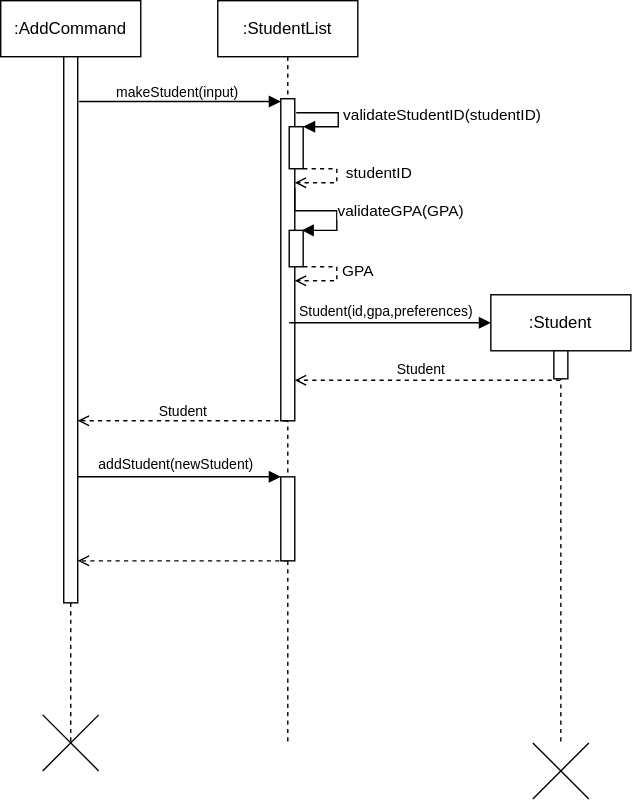
paulktham/tp keeps this draw.io diagram as docs/UML_Diagrams/AddCommand.drawio.svg. Above is the earlier version. Source tidied: cells renumbered, new cells last; positions are measured from the earlier drawing's top-left corner, leaving out a move shared by most shapes.
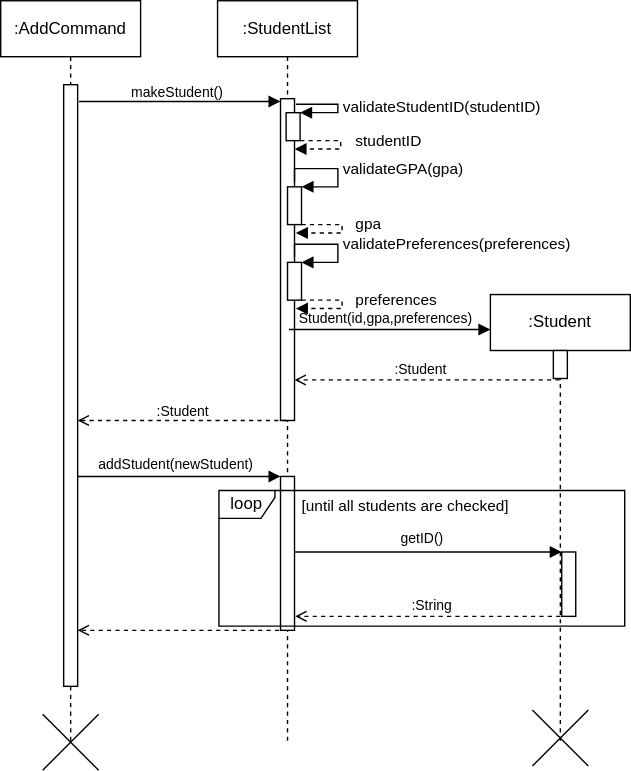
After the change.

The edit, as a diff of the source:
```diff
@@ -6,7 +6,7 @@
       <mxGeometry width="100" height="530" as="geometry" />
     </mxCell>
     <mxCell id="3" style="html=1;points=[[0,0,0,0,5],[0,1,0,0,-5],[1,0,0,0,5],[1,1,0,0,-5]];perimeter=orthogonalPerimeter;outlineConnect=0;targetShapes=umlLifeline;portConstraint=eastwest;newEdgeStyle={&quot;curved&quot;:0,&quot;rounded&quot;:0};" parent="2" vertex="1">
-      <mxGeometry x="45" y="40" width="10" height="390" as="geometry" />
+      <mxGeometry x="45" y="60" width="10" height="430" as="geometry" />
     </mxCell>
     <mxCell id="4" value=":Student" style="shape=umlLifeline;perimeter=lifelinePerimeter;whiteSpace=wrap;html=1;newEdgeStyle={&quot;edgeStyle&quot;:&quot;elbowEdgeStyle&quot;,&quot;elbow&quot;:&quot;vertical&quot;,&quot;curved&quot;:0,&quot;rounded&quot;:0};" parent="1" vertex="1">
       <mxGeometry x="350" y="210" width="100" height="320" as="geometry" />
@@ -15,7 +15,7 @@
       <mxGeometry x="45" y="40" width="10" height="20" as="geometry" />
     </mxCell>
     <mxCell id="6" style="shape=umlDestroy;dashed=0;targetShapes=umlLifeline;" parent="4" vertex="1">
-      <mxGeometry x="30" y="320" width="40" height="40" as="geometry" />
+      <mxGeometry x="30" y="297" width="40" height="40" as="geometry" />
     </mxCell>
     <mxCell id="7" value=":StudentList" style="shape=umlLifeline;perimeter=lifelinePerimeter;whiteSpace=wrap;html=1;newEdgeStyle={&quot;edgeStyle&quot;:&quot;elbowEdgeStyle&quot;,&quot;elbow&quot;:&quot;vertical&quot;,&quot;curved&quot;:0,&quot;rounded&quot;:0};" parent="1" vertex="1">
       <mxGeometry x="155" width="100" height="530" as="geometry" />
@@ -24,34 +24,55 @@
       <mxGeometry x="45" y="70" width="10" height="230" as="geometry" />
     </mxCell>
     <mxCell id="9" style="html=1;points=[[0,0,0,0,5],[0,1,0,0,-5],[1,0,0,0,5],[1,1,0,0,-5]];perimeter=orthogonalPerimeter;outlineConnect=0;targetShapes=umlLifeline;portConstraint=eastwest;newEdgeStyle={&quot;curved&quot;:0,&quot;rounded&quot;:0};" parent="7" vertex="1">
-      <mxGeometry x="51" y="90" width="10" height="30" as="geometry" />
+      <mxGeometry x="49" y="80" width="10" height="20" as="geometry" />
     </mxCell>
     <mxCell id="10" value="validateStudentID(studentID)" style="html=1;align=left;spacingLeft=2;endArrow=block;rounded=0;edgeStyle=orthogonalEdgeStyle;curved=0;rounded=0;" parent="7" edge="1" target="9">
       <mxGeometry relative="1" as="geometry">
-        <mxPoint x="56" y="80" as="sourcePoint" />
+        <mxPoint x="56" y="74" as="sourcePoint" />
         <Array as="points">
+          <mxPoint x="86" y="74" />
           <mxPoint x="86" y="80" />
-          <mxPoint x="86" y="90" />
         </Array>
       </mxGeometry>
     </mxCell>
-    <mxCell id="11" style="endArrow=open;html=1;rounded=0;endFill=0;dashed=1;" parent="7" edge="1">
-      <mxGeometry relative="1" as="geometry">
-        <mxPoint x="61" y="120" as="sourcePoint" />
-        <mxPoint x="55" y="130" as="targetPoint" />
-        <Array as="points">
-          <mxPoint x="75" y="120" />
-          <mxPoint x="85" y="120" />
-          <mxPoint x="85" y="130" />
-          <mxPoint x="75" y="130" />
-        </Array>
-      </mxGeometry>
-    </mxCell>
-    <mxCell id="12" value="studentID" style="edgeLabel;html=1;align=center;verticalAlign=middle;" parent="11" vertex="1">
-      <mxGeometry x="-0.07" y="-3" relative="1" as="geometry">
-        <mxPoint x="33" y="-3" as="offset" />
-      </mxGeometry>
-    </mxCell>
+    <mxCell id="24" style="html=1;perimeter=orthogonalPerimeter;targetShapes=umlLifeline;newEdgeStyle={&quot;curved&quot;:0,&quot;rounded&quot;:0};" parent="7" vertex="1">
+      <mxGeometry x="50" y="133" width="10" height="27" as="geometry" />
+    </mxCell>
+    <mxCell id="25" value="validateGPA(gpa)" style="html=1;align=left;spacingLeft=2;endArrow=block;rounded=0;edgeStyle=orthogonalEdgeStyle;curved=0;rounded=0;" parent="7" edge="1">
+      <mxGeometry relative="1" as="geometry">
+        <mxPoint x="55" y="129" as="sourcePoint" />
+        <mxPoint x="60" y="133" as="targetPoint" />
+        <Array as="points">
+          <mxPoint x="55" y="120" />
+          <mxPoint x="86" y="120" />
+          <mxPoint x="86" y="133" />
+        </Array>
+      </mxGeometry>
+    </mxCell>
+    <mxCell id="30" style="html=1;perimeter=orthogonalPerimeter;targetShapes=umlLifeline;newEdgeStyle={&quot;curved&quot;:0,&quot;rounded&quot;:0};" parent="7" vertex="1">
+      <mxGeometry x="50" y="187" width="10" height="27" as="geometry" />
+    </mxCell>
+    <mxCell id="31" value="validatePreferences(preferences)" style="html=1;align=left;spacingLeft=2;endArrow=block;rounded=0;edgeStyle=orthogonalEdgeStyle;curved=0;rounded=0;" parent="7" edge="1">
+      <mxGeometry relative="1" as="geometry">
+        <mxPoint x="55" y="183" as="sourcePoint" />
+        <mxPoint x="60" y="187" as="targetPoint" />
+        <Array as="points">
+          <mxPoint x="55" y="174" />
+          <mxPoint x="86" y="174" />
+          <mxPoint x="86" y="187" />
+        </Array>
+      </mxGeometry>
+    </mxCell>
+    <mxCell id="32" value="preferences" style="html=1;align=left;spacingLeft=2;endArrow=block;rounded=0;edgeStyle=orthogonalEdgeStyle;curved=0;rounded=0;dashed=1;" parent="7" edge="1">
+      <mxGeometry x="-0.15" y="6" relative="1" as="geometry">
+        <mxPoint x="60" y="214" as="sourcePoint" />
+        <mxPoint x="56" y="220" as="targetPoint" />
+        <Array as="points">
+          <mxPoint x="89" y="214" />
+          <mxPoint x="89" y="220" />
+        </Array>
+      </mxGeometry>
+    </mxCell>
     <mxCell id="13" style="html=1;verticalAlign=bottom;labelBackgroundColor=none;endArrow=block;endFill=1;rounded=0;" parent="1" edge="1">
       <mxGeometry relative="1" as="geometry">
         <mxPoint x="56" y="72" as="sourcePoint" />
@@ -61,11 +82,11 @@
         </Array>
       </mxGeometry>
     </mxCell>
-    <mxCell id="14" value="&lt;font style=&quot;font-size: 10px;&quot;&gt;makeStudent(input)&lt;/font&gt;" style="text;html=1;align=center;verticalAlign=middle;strokeColor=none;fillColor=none;" parent="1" vertex="1">
-      <mxGeometry x="71" y="50" width="110" height="30" as="geometry" />
+    <mxCell id="14" value="&lt;font style=&quot;font-size: 10px;&quot;&gt;makeStudent()&lt;/font&gt;" style="text;html=1;align=center;verticalAlign=middle;strokeColor=none;fillColor=none;" parent="1" vertex="1">
+      <mxGeometry x="81" y="50" width="90" height="30" as="geometry" />
     </mxCell>
     <mxCell id="15" value="&lt;font style=&quot;font-size: 10px;&quot;&gt;Student(id,gpa,preferences)&lt;/font&gt;" style="text;html=1;align=center;verticalAlign=middle;strokeColor=none;fillColor=none;" parent="1" vertex="1">
-      <mxGeometry x="200" y="207" width="150" height="30" as="geometry" />
+      <mxGeometry x="200" y="212" width="150" height="30" as="geometry" />
     </mxCell>
     <mxCell id="16" style="html=1;verticalAlign=bottom;labelBackgroundColor=none;endArrow=open;endFill=0;dashed=1;rounded=0;" parent="1" edge="1">
       <mxGeometry relative="1" as="geometry">
@@ -76,7 +97,7 @@
         </Array>
       </mxGeometry>
     </mxCell>
-    <mxCell id="17" value="&lt;font style=&quot;font-size: 10px;&quot;&gt;Student&lt;/font&gt;" style="text;html=1;align=center;verticalAlign=middle;strokeColor=none;fillColor=none;" parent="1" vertex="1">
+    <mxCell id="17" value="&lt;font style=&quot;font-size: 10px;&quot;&gt;:Student&lt;/font&gt;" style="text;html=1;align=center;verticalAlign=middle;strokeColor=none;fillColor=none;" parent="1" vertex="1">
       <mxGeometry x="270" y="248" width="60" height="30" as="geometry" />
     </mxCell>
     <mxCell id="18" style="html=1;verticalAlign=bottom;labelBackgroundColor=none;endArrow=open;endFill=0;dashed=1;rounded=0;" parent="1" edge="1">
@@ -88,7 +109,7 @@
         </Array>
       </mxGeometry>
     </mxCell>
-    <mxCell id="19" value="&lt;font style=&quot;font-size: 10px;&quot;&gt;Student&lt;/font&gt;" style="text;html=1;align=center;verticalAlign=middle;strokeColor=none;fillColor=none;" parent="1" vertex="1">
+    <mxCell id="19" value="&lt;font style=&quot;font-size: 10px;&quot;&gt;:Student&lt;/font&gt;" style="text;html=1;align=center;verticalAlign=middle;strokeColor=none;fillColor=none;" parent="1" vertex="1">
       <mxGeometry x="100" y="278" width="60" height="30" as="geometry" />
     </mxCell>
     <mxCell id="20" style="shape=umlDestroy;dashed=0;targetShapes=umlLifeline;" parent="1" vertex="1">
@@ -99,57 +120,78 @@
     </mxCell>
     <mxCell id="22" style="html=1;verticalAlign=bottom;labelBackgroundColor=none;endArrow=open;endFill=0;dashed=1;rounded=0;" parent="1" edge="1">
       <mxGeometry relative="1" as="geometry">
-        <mxPoint x="205" y="400" as="sourcePoint" />
-        <mxPoint x="55" y="400" as="targetPoint" />
+        <mxPoint x="205" y="450" as="sourcePoint" />
+        <mxPoint x="55" y="450" as="targetPoint" />
         <Array as="points">
-          <mxPoint x="70" y="400" />
+          <mxPoint x="70" y="450" />
         </Array>
       </mxGeometry>
     </mxCell>
     <mxCell id="23" style="html=1;verticalAlign=bottom;labelBackgroundColor=none;endArrow=block;endFill=1;rounded=0;" parent="1" edge="1">
       <mxGeometry relative="1" as="geometry">
-        <mxPoint x="206" y="230" as="sourcePoint" />
-        <mxPoint x="350" y="230" as="targetPoint" />
+        <mxPoint x="206" y="235" as="sourcePoint" />
+        <mxPoint x="350" y="235" as="targetPoint" />
         <Array as="points">
-          <mxPoint x="260" y="230" />
+          <mxPoint x="260" y="235" />
         </Array>
       </mxGeometry>
     </mxCell>
-    <mxCell id="24" style="html=1;perimeter=orthogonalPerimeter;targetShapes=umlLifeline;newEdgeStyle={&quot;curved&quot;:0,&quot;rounded&quot;:0};" parent="1" vertex="1">
-      <mxGeometry x="206" y="164" width="10" height="26" as="geometry" />
-    </mxCell>
-    <mxCell id="25" value="validateGPA(GPA)" style="html=1;align=left;spacingLeft=2;endArrow=block;rounded=0;edgeStyle=orthogonalEdgeStyle;curved=0;rounded=0;" parent="1" edge="1">
-      <mxGeometry relative="1" as="geometry">
-        <mxPoint x="210" y="134" as="sourcePoint" />
-        <mxPoint x="215" y="164" as="targetPoint" />
-        <Array as="points">
-          <mxPoint x="210" y="150" />
-          <mxPoint x="240" y="150" />
-          <mxPoint x="240" y="164" />
-        </Array>
-      </mxGeometry>
-    </mxCell>
     <mxCell id="26" style="html=1;verticalAlign=bottom;labelBackgroundColor=none;endArrow=block;endFill=1;rounded=0;" parent="1" edge="1" source="3" target="27">
       <mxGeometry relative="1" as="geometry" />
     </mxCell>
     <mxCell id="27" style="html=1;points=[[0,0,0,0,5],[0,1,0,0,-5],[1,0,0,0,5],[1,1,0,0,-5]];perimeter=orthogonalPerimeter;outlineConnect=0;targetShapes=umlLifeline;portConstraint=eastwest;newEdgeStyle={&quot;curved&quot;:0,&quot;rounded&quot;:0};" parent="1" vertex="1">
-      <mxGeometry x="200" y="340" width="10" height="60" as="geometry" />
+      <mxGeometry x="200" y="340" width="10" height="110" as="geometry" />
     </mxCell>
-    <mxCell id="28" style="endArrow=open;html=1;rounded=0;endFill=0;dashed=1;" parent="1" edge="1">
-      <mxGeometry relative="1" as="geometry">
-        <mxPoint x="216" y="190" as="sourcePoint" />
-        <mxPoint x="210" y="200" as="targetPoint" />
-        <Array as="points">
-          <mxPoint x="230" y="190" />
-          <mxPoint x="240" y="190" />
-          <mxPoint x="240" y="200" />
-        </Array>
-      </mxGeometry>
-    </mxCell>
-    <mxCell id="29" value="GPA" style="edgeLabel;html=1;align=center;verticalAlign=middle;" parent="28" vertex="1">
-      <mxGeometry x="-0.07" y="-3" relative="1" as="geometry">
-        <mxPoint x="18" y="-3" as="offset" />
-      </mxGeometry>
-    </mxCell>
+    <mxCell id="33" value="loop" style="shape=umlFrame;whiteSpace=wrap;html=1;width=40;height=20;" parent="1" vertex="1">
+      <mxGeometry x="156" y="350" width="290" height="97" as="geometry" />
+    </mxCell>
+    <mxCell id="34" value="&lt;font style=&quot;font-size: 11px;&quot;&gt;[until all students are checked]&lt;/font&gt;" style="text;html=1;align=center;verticalAlign=middle;strokeColor=none;fillColor=none;" parent="33" vertex="1">
+      <mxGeometry x="48" y="-4" width="170" height="30" as="geometry" />
+    </mxCell>
+    <mxCell id="35" style="html=1;points=[[0,0,0,0,5],[0,1,0,0,-5],[1,0,0,0,5],[1,1,0,0,-5]];perimeter=orthogonalPerimeter;outlineConnect=0;targetShapes=umlLifeline;portConstraint=eastwest;newEdgeStyle={&quot;curved&quot;:0,&quot;rounded&quot;:0};" parent="33" vertex="1">
+      <mxGeometry x="245" y="44" width="10" height="46" as="geometry" />
+    </mxCell>
+    <mxCell id="36" style="html=1;verticalAlign=bottom;labelBackgroundColor=none;endArrow=block;endFill=1;rounded=0;" parent="33" edge="1" target="35">
+      <mxGeometry relative="1" as="geometry">
+        <mxPoint x="54" y="44" as="sourcePoint" />
+        <Array as="points">
+          <mxPoint x="115" y="44" />
+        </Array>
+      </mxGeometry>
+    </mxCell>
+    <mxCell id="37" value="&lt;font style=&quot;font-size: 10px;&quot;&gt;getID()&lt;/font&gt;" style="text;html=1;align=center;verticalAlign=middle;strokeColor=none;fillColor=none;" parent="33" vertex="1">
+      <mxGeometry x="120" y="19" width="50" height="30" as="geometry" />
+    </mxCell>
+    <mxCell id="38" style="html=1;verticalAlign=bottom;labelBackgroundColor=none;endArrow=open;endFill=0;dashed=1;rounded=0;" parent="33" edge="1">
+      <mxGeometry relative="1" as="geometry">
+        <mxPoint x="244" y="90" as="sourcePoint" />
+        <mxPoint x="54.5" y="90" as="targetPoint" />
+        <Array as="points">
+          <mxPoint x="104.5" y="90" />
+        </Array>
+      </mxGeometry>
+    </mxCell>
+    <mxCell id="39" value="&lt;font style=&quot;font-size: 10px;&quot;&gt;:String&lt;/font&gt;" style="text;html=1;align=center;verticalAlign=middle;strokeColor=none;fillColor=none;" parent="33" vertex="1">
+      <mxGeometry x="127" y="67" width="50" height="30" as="geometry" />
+    </mxCell>
+    <mxCell id="12" value="studentID" style="html=1;align=left;spacingLeft=2;endArrow=block;rounded=0;edgeStyle=orthogonalEdgeStyle;curved=0;rounded=0;dashed=1;" parent="1" edge="1" target="8">
+      <mxGeometry x="-0.15" y="7" relative="1" as="geometry">
+        <mxPoint x="214" y="100" as="sourcePoint" />
+        <Array as="points">
+          <mxPoint x="243" y="100" />
+          <mxPoint x="243" y="106" />
+        </Array>
+      </mxGeometry>
+    </mxCell>
+    <mxCell id="40" value="gpa" style="html=1;align=left;spacingLeft=2;endArrow=block;rounded=0;edgeStyle=orthogonalEdgeStyle;curved=0;rounded=0;dashed=1;" parent="1" edge="1">
+      <mxGeometry x="-0.15" y="6" relative="1" as="geometry">
+        <mxPoint x="215" y="160" as="sourcePoint" />
+        <mxPoint x="211" y="166" as="targetPoint" />
+        <Array as="points">
+          <mxPoint x="244" y="160" />
+          <mxPoint x="244" y="166" />
+        </Array>
+      </mxGeometry>
+    </mxCell>
   </root>
 </mxGraphModel>
```
